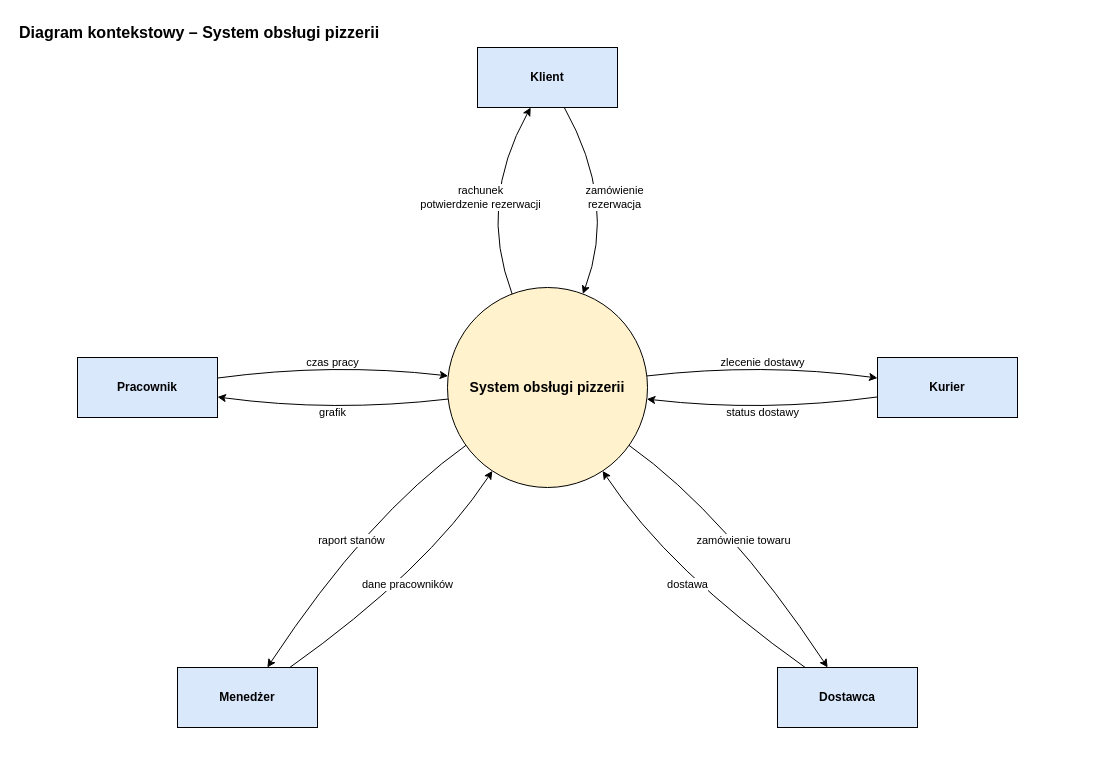
olimo54323/OiZPI-laboratorium keeps this draw.io diagram as diagramy/01_kontekstowy/kontekst_pizzeria.drawio. Above is the earlier version. Source tidied: cells renumbered, new cells numbered last; positions are measured from the earlier drawing's top-left corner, leaving out a move shared by most shapes. Both pictures are drawn from the tidied source at 100%, with x=0, y=0 at pixel (17, 17).
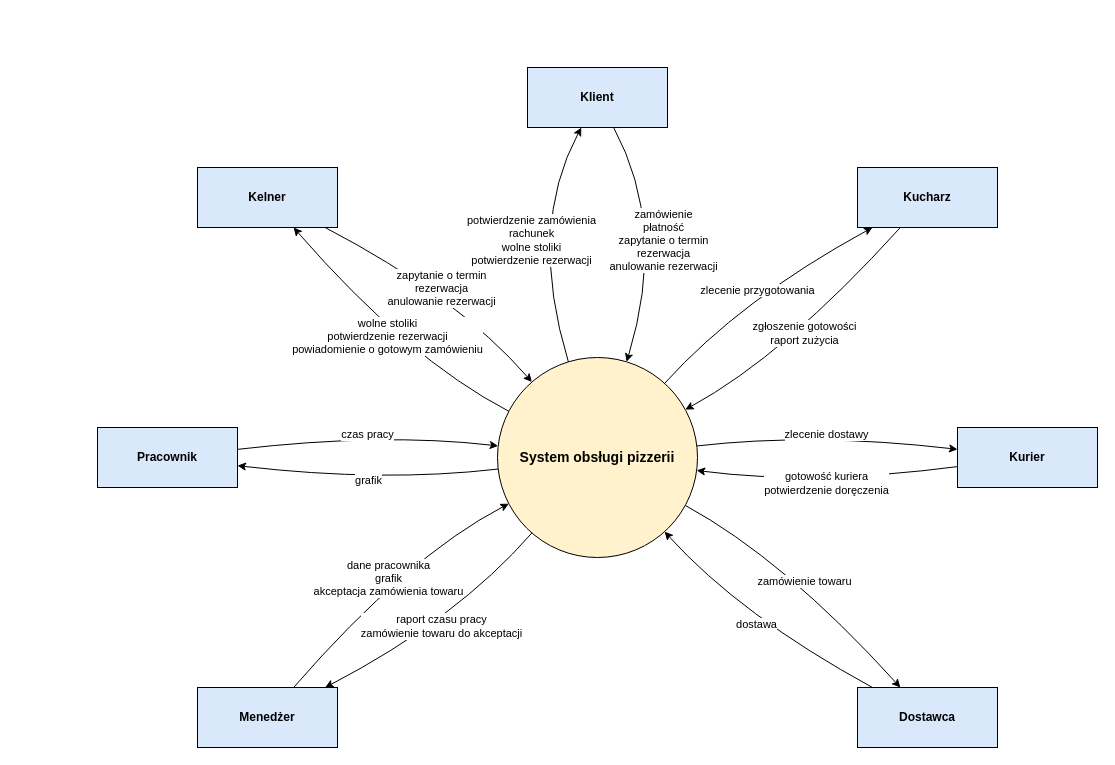
After the change.

The edit, as a diff of the source:
```diff
@@
-    <mxCell id="2" value="Diagram kontekstowy – System obsługi pizzerii" style="text;html=1;align=left;verticalAlign=middle;fontSize=16;fontStyle=1;" parent="1" vertex="1">
-      <mxGeometry width="420" height="30" as="geometry" />
-    </mxCell>
     <mxCell id="3" value="&lt;b&gt;System obsługi pizzerii&lt;/b&gt;" style="ellipse;whiteSpace=wrap;html=1;fillColor=#fff2cc;strokeColor=#000000;fontSize=14;" parent="1" vertex="1">
-      <mxGeometry x="430" y="270" width="200" height="200" as="geometry" />
+      <mxGeometry x="480" y="340" width="200" height="200" as="geometry" />
     </mxCell>
     <mxCell id="4" value="Klient" style="rounded=0;whiteSpace=wrap;html=1;fillColor=#dae8fc;strokeColor=#000000;fontStyle=1;fontSize=12;" parent="1" vertex="1">
-      <mxGeometry x="460" y="30" width="140" height="60" as="geometry" />
+      <mxGeometry x="510" y="50" width="140" height="60" as="geometry" />
     </mxCell>
+    <mxCell id="19" value="Kelner" style="rounded=0;whiteSpace=wrap;html=1;fillColor=#dae8fc;strokeColor=#000000;fontStyle=1;fontSize=12;" parent="1" vertex="1">
+      <mxGeometry x="180" y="150" width="140" height="60" as="geometry" />
+    </mxCell>
+    <mxCell id="20" value="Kucharz" style="rounded=0;whiteSpace=wrap;html=1;fillColor=#dae8fc;strokeColor=#000000;fontStyle=1;fontSize=12;" parent="1" vertex="1">
+      <mxGeometry x="840" y="150" width="140" height="60" as="geometry" />
+    </mxCell>
     <mxCell id="5" value="Kurier" style="rounded=0;whiteSpace=wrap;html=1;fillColor=#dae8fc;strokeColor=#000000;fontStyle=1;fontSize=12;" parent="1" vertex="1">
-      <mxGeometry x="860" y="340" width="140" height="60" as="geometry" />
+      <mxGeometry x="940" y="410" width="140" height="60" as="geometry" />
     </mxCell>
     <mxCell id="6" value="Dostawca" style="rounded=0;whiteSpace=wrap;html=1;fillColor=#dae8fc;strokeColor=#000000;fontStyle=1;fontSize=12;" parent="1" vertex="1">
-      <mxGeometry x="760" y="650" width="140" height="60" as="geometry" />
+      <mxGeometry x="840" y="670" width="140" height="60" as="geometry" />
     </mxCell>
     <mxCell id="7" value="Menedżer" style="rounded=0;whiteSpace=wrap;html=1;fillColor=#dae8fc;strokeColor=#000000;fontStyle=1;fontSize=12;" parent="1" vertex="1">
-      <mxGeometry x="160" y="650" width="140" height="60" as="geometry" />
+      <mxGeometry x="180" y="670" width="140" height="60" as="geometry" />
     </mxCell>
     <mxCell id="8" value="Pracownik" style="rounded=0;whiteSpace=wrap;html=1;fillColor=#dae8fc;strokeColor=#000000;fontStyle=1;fontSize=12;" parent="1" vertex="1">
-      <mxGeometry x="60" y="340" width="140" height="60" as="geometry" />
+      <mxGeometry x="80" y="410" width="140" height="60" as="geometry" />
     </mxCell>
-    <mxCell id="9" value="zamówienie&lt;br&gt;rezerwacja" style="endArrow=classic;endFill=1;html=1;curved=1;labelBackgroundColor=#ffffff;fontSize=11;strokeColor=#000000;" parent="1" edge="1" source="4" target="3">
+    <mxCell id="9" value="zamówienie&lt;br&gt;płatność&lt;br&gt;zapytanie o termin&lt;br&gt;rezerwacja&lt;br&gt;anulowanie rezerwacji" style="endArrow=classic;endFill=1;html=1;curved=1;labelBackgroundColor=#ffffff;fontSize=11;strokeColor=#000000;" parent="1" edge="1" source="4" target="3">
       <mxGeometry relative="1" as="geometry">
         <Array as="points">
-          <mxPoint x="600" y="185" />
+          <mxPoint x="650" y="210" />
         </Array>
       </mxGeometry>
     </mxCell>
-    <mxCell id="10" value="rachunek&lt;br&gt;potwierdzenie rezerwacji" style="endArrow=classic;endFill=1;html=1;curved=1;labelBackgroundColor=#ffffff;fontSize=11;strokeColor=#000000;" parent="1" edge="1" source="3" target="4">
+    <mxCell id="10" value="potwierdzenie zamówienia&lt;br&gt;rachunek&lt;br&gt;wolne stoliki&lt;br&gt;potwierdzenie rezerwacji" style="endArrow=classic;endFill=1;html=1;curved=1;labelBackgroundColor=#ffffff;fontSize=11;strokeColor=#000000;" parent="1" edge="1" source="3" target="4">
       <mxGeometry relative="1" as="geometry">
         <Array as="points">
-          <mxPoint x="460" y="185" />
+          <mxPoint x="510" y="210" />
         </Array>
       </mxGeometry>
     </mxCell>
-    <mxCell id="11" value="zlecenie dostawy" style="endArrow=classic;endFill=1;html=1;curved=1;labelBackgroundColor=#ffffff;fontSize=11;strokeColor=#000000;" parent="1" edge="1" source="3" target="5">
+    <mxCell id="11" value="zapytanie o termin&lt;br&gt;rezerwacja&lt;br&gt;anulowanie rezerwacji" style="endArrow=classic;endFill=1;html=1;curved=1;labelBackgroundColor=#ffffff;fontSize=11;strokeColor=#000000;" parent="1" edge="1" source="19" target="3">
       <mxGeometry relative="1" as="geometry">
         <Array as="points">
-          <mxPoint x="745" y="345" />
+          <mxPoint x="440" y="279" />
         </Array>
       </mxGeometry>
     </mxCell>
-    <mxCell id="12" value="status dostawy" style="endArrow=classic;endFill=1;html=1;curved=1;labelBackgroundColor=#ffffff;fontSize=11;strokeColor=#000000;" parent="1" edge="1" source="5" target="3">
+    <mxCell id="12" value="wolne stoliki&lt;br&gt;potwierdzenie rezerwacji&lt;br&gt;powiadomienie o gotowym zamówieniu" style="endArrow=classic;endFill=1;html=1;curved=1;labelBackgroundColor=#ffffff;fontSize=11;strokeColor=#000000;" parent="1" edge="1" source="3" target="19">
       <mxGeometry relative="1" as="geometry">
         <Array as="points">
-          <mxPoint x="745" y="395" />
+          <mxPoint x="390" y="341" />
         </Array>
       </mxGeometry>
     </mxCell>
-    <mxCell id="13" value="czas pracy" style="endArrow=classic;endFill=1;html=1;curved=1;labelBackgroundColor=#ffffff;fontSize=11;strokeColor=#000000;" parent="1" edge="1" source="8" target="3">
+    <mxCell id="13" value="zgłoszenie gotowości&lt;br&gt;raport zużycia" style="endArrow=classic;endFill=1;html=1;curved=1;labelBackgroundColor=#ffffff;fontSize=11;strokeColor=#000000;" parent="1" edge="1" source="20" target="3">
       <mxGeometry relative="1" as="geometry">
         <Array as="points">
-          <mxPoint x="315" y="345" />
+          <mxPoint x="767" y="338" />
         </Array>
       </mxGeometry>
     </mxCell>
-    <mxCell id="14" value="grafik" style="endArrow=classic;endFill=1;html=1;curved=1;labelBackgroundColor=#ffffff;fontSize=11;strokeColor=#000000;" parent="1" edge="1" source="3" target="8">
+    <mxCell id="14" value="zlecenie przygotowania" style="endArrow=classic;endFill=1;html=1;curved=1;labelBackgroundColor=#ffffff;fontSize=11;strokeColor=#000000;" parent="1" edge="1" source="3" target="20">
       <mxGeometry relative="1" as="geometry">
         <Array as="points">
-          <mxPoint x="315" y="395" />
+          <mxPoint x="723" y="282" />
         </Array>
       </mxGeometry>
     </mxCell>
-    <mxCell id="15" value="dane pracowników" style="endArrow=classic;endFill=1;html=1;curved=1;labelBackgroundColor=#ffffff;fontSize=11;strokeColor=#000000;" parent="1" edge="1" source="7" target="3">
+    <mxCell id="15" value="gotowość kuriera&lt;br&gt;potwierdzenie doręczenia" style="endArrow=classic;endFill=1;html=1;curved=1;labelBackgroundColor=#ffffff;fontSize=11;strokeColor=#000000;" parent="1" edge="1" source="5" target="3">
       <mxGeometry relative="1" as="geometry">
         <Array as="points">
-          <mxPoint x="409" y="553" />
+          <mxPoint x="795" y="468" />
         </Array>
       </mxGeometry>
     </mxCell>
-    <mxCell id="16" value="raport stanów" style="endArrow=classic;endFill=1;html=1;curved=1;labelBackgroundColor=#ffffff;fontSize=11;strokeColor=#000000;" parent="1" edge="1" source="3" target="7">
+    <mxCell id="16" value="zlecenie dostawy" style="endArrow=classic;endFill=1;html=1;curved=1;labelBackgroundColor=#ffffff;fontSize=11;strokeColor=#000000;" parent="1" edge="1" source="3" target="5">
       <mxGeometry relative="1" as="geometry">
         <Array as="points">
-          <mxPoint x="351" y="497" />
+          <mxPoint x="795" y="415" />
         </Array>
       </mxGeometry>
     </mxCell>
-    <mxCell id="17" value="zamówienie towaru" style="endArrow=classic;endFill=1;html=1;curved=1;labelBackgroundColor=#ffffff;fontSize=11;strokeColor=#000000;" parent="1" edge="1" source="3" target="6">
+    <mxCell id="17" value="dostawa" style="endArrow=classic;endFill=1;html=1;curved=1;labelBackgroundColor=#ffffff;fontSize=11;strokeColor=#000000;" parent="1" edge="1" source="6" target="3">
       <mxGeometry relative="1" as="geometry">
         <Array as="points">
-          <mxPoint x="709" y="497" />
+          <mxPoint x="723" y="598" />
         </Array>
       </mxGeometry>
     </mxCell>
-    <mxCell id="18" value="dostawa" style="endArrow=classic;endFill=1;html=1;curved=1;labelBackgroundColor=#ffffff;fontSize=11;strokeColor=#000000;" parent="1" edge="1" source="6" target="3">
+    <mxCell id="18" value="zamówienie towaru" style="endArrow=classic;endFill=1;html=1;curved=1;labelBackgroundColor=#ffffff;fontSize=11;strokeColor=#000000;" parent="1" edge="1" source="3" target="6">
       <mxGeometry relative="1" as="geometry">
         <Array as="points">
-          <mxPoint x="651" y="553" />
+          <mxPoint x="767" y="542" />
         </Array>
       </mxGeometry>
     </mxCell>
+    <mxCell id="21" value="dane pracownika&lt;br&gt;grafik&lt;br&gt;akceptacja zamówienia towaru" style="endArrow=classic;endFill=1;html=1;curved=1;labelBackgroundColor=#ffffff;fontSize=11;strokeColor=#000000;" parent="1" edge="1" source="7" target="3">
+      <mxGeometry relative="1" as="geometry">
+        <Array as="points">
+          <mxPoint x="390" y="539" />
+        </Array>
+      </mxGeometry>
+    </mxCell>
+    <mxCell id="22" value="raport czasu pracy&lt;br&gt;zamówienie towaru do akceptacji" style="endArrow=classic;endFill=1;html=1;curved=1;labelBackgroundColor=#ffffff;fontSize=11;strokeColor=#000000;" parent="1" edge="1" source="3" target="7">
+      <mxGeometry relative="1" as="geometry">
+        <Array as="points">
+          <mxPoint x="440" y="601" />
+        </Array>
+      </mxGeometry>
+    </mxCell>
+    <mxCell id="23" value="czas pracy" style="endArrow=classic;endFill=1;html=1;curved=1;labelBackgroundColor=#ffffff;fontSize=11;strokeColor=#000000;" parent="1" edge="1" source="8" target="3">
+      <mxGeometry relative="1" as="geometry">
+        <Array as="points">
+          <mxPoint x="365" y="415" />
+        </Array>
+      </mxGeometry>
+    </mxCell>
+    <mxCell id="24" value="grafik" style="endArrow=classic;endFill=1;html=1;curved=1;labelBackgroundColor=#ffffff;fontSize=11;strokeColor=#000000;" parent="1" edge="1" source="3" target="8">
+      <mxGeometry relative="1" as="geometry">
+        <Array as="points">
+          <mxPoint x="365" y="465" />
+        </Array>
+      </mxGeometry>
+    </mxCell>
```
